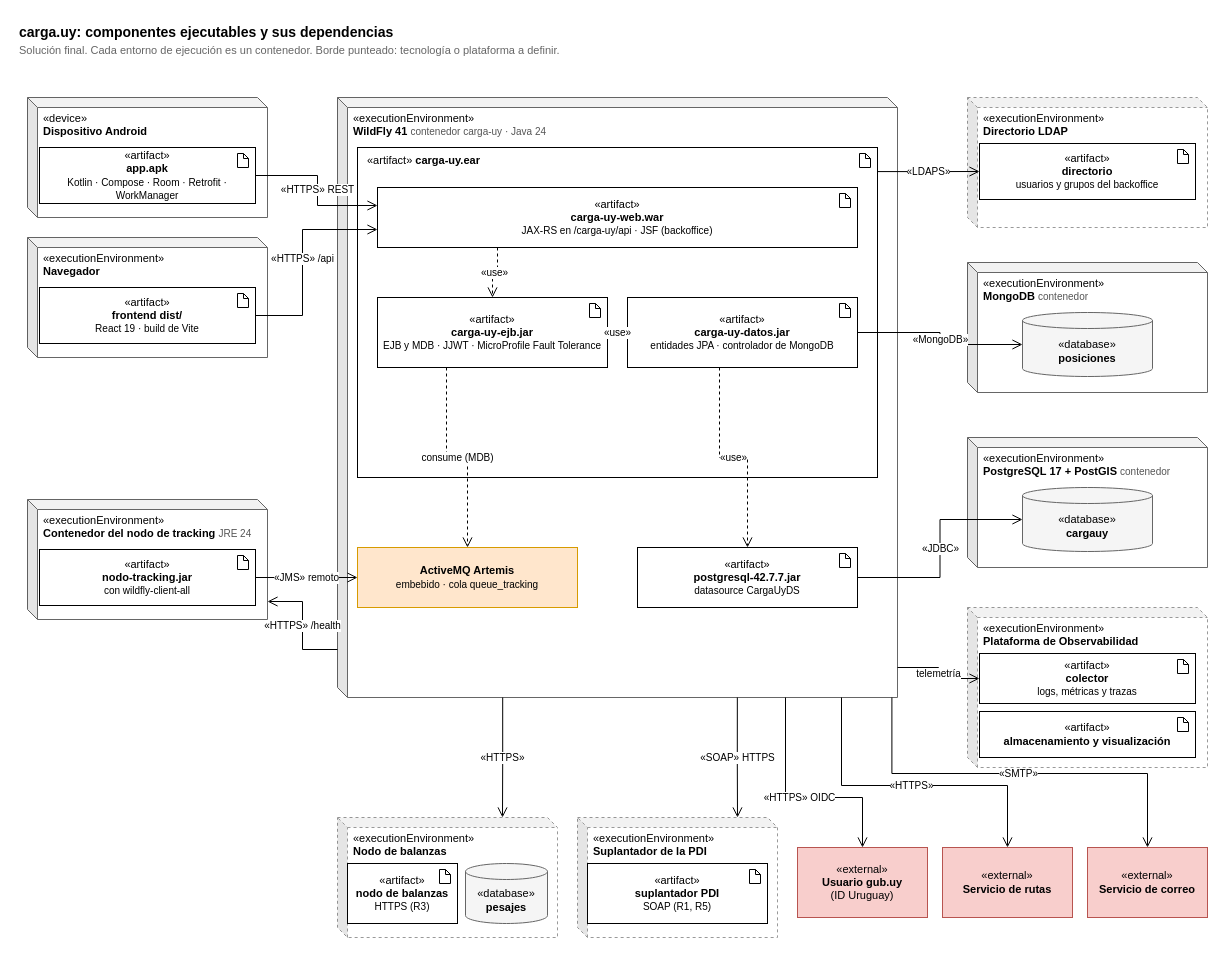
Before: docs/informe/fuentes-drawio/carga-uy-implementacion.drawio in LucasLazogue/TSE-carga-uy, a draw.io diagram. Source tidied: cells renumbered, new cells numbered last; positions are measured from the earlier drawing's top-left corner, leaving out a move shared by most shapes. Both pictures are drawn from the tidied source at 100%, with x=0, y=0 at pixel (17, 17).
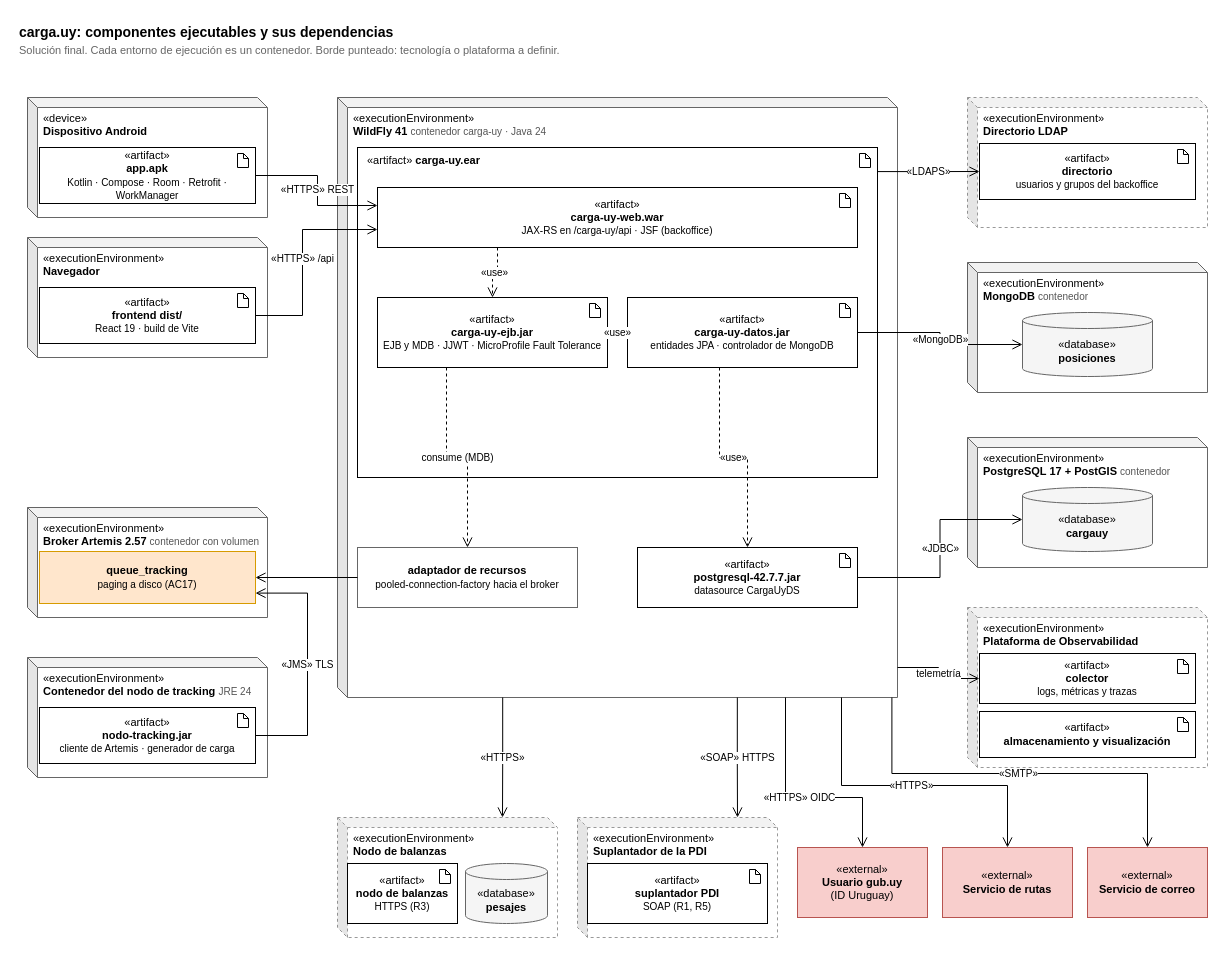
The same diagram, later.

Commit message (it also covers changes not shown here):
docs: decisiones de tracking en el informe

Unchanged cells that the change refers to:
```xml
<mxCell id="12" value="«executionEnvironment»&lt;br&gt;&lt;b&gt;WildFly 41&lt;/b&gt; &lt;font color=&quot;#555555&quot; style=&quot;font-size:10px&quot;&gt;contenedor carga-uy · Java 24&lt;/font&gt;" style="shape=cube;size=10;darkOpacity=0.05;darkOpacity2=0.1;whiteSpace=wrap;html=1;fillColor=#ffffff;strokeColor=#666666;verticalAlign=top;align=left;spacingLeft=14;spacingTop=8;fontSize=11;" parent="1" vertex="1">
  <mxGeometry x="320" y="80" width="560" height="600" as="geometry" />
</mxCell>
<mxCell id="17" value="«artifact»&lt;br&gt;&lt;b&gt;carga-uy-ejb.jar&lt;/b&gt;&lt;br&gt;&lt;font style=&quot;font-size:10px&quot;&gt;EJB y MDB · JJWT · MicroProfile Fault Tolerance&lt;/font&gt;" style="rounded=0;whiteSpace=wrap;html=1;fillColor=#ffffff;strokeColor=#000000;fontSize=11;" parent="13" vertex="1">
  <mxGeometry x="20" y="150" width="230" height="70" as="geometry" />
</mxCell>
```

Diff of the diagram source:
```diff
@@
+    <mxCell id="63" value="«executionEnvironment»&lt;br&gt;&lt;b&gt;Broker Artemis 2.57&lt;/b&gt; &lt;font color=&quot;#555555&quot; style=&quot;font-size:10px&quot;&gt;contenedor con volumen&lt;/font&gt;" style="shape=cube;size=10;darkOpacity=0.05;darkOpacity2=0.1;whiteSpace=wrap;html=1;fillColor=#ffffff;strokeColor=#666666;verticalAlign=top;align=left;spacingLeft=14;spacingTop=8;fontSize=11;" parent="1" vertex="1">
+      <mxGeometry x="10" y="490" width="240" height="110" as="geometry" />
+    </mxCell>
+    <mxCell id="64" value="&lt;b&gt;queue_tracking&lt;/b&gt;&lt;br&gt;&lt;font style=&quot;font-size:10px&quot;&gt;paging a disco (AC17)&lt;/font&gt;" style="rounded=0;whiteSpace=wrap;html=1;fillColor=#ffe6cc;strokeColor=#d79b00;fontSize=11;" parent="63" vertex="1">
+      <mxGeometry x="12" y="44" width="216" height="52" as="geometry" />
+    </mxCell>
     <mxCell id="9" value="«executionEnvironment»&lt;br&gt;&lt;b&gt;Contenedor del nodo de tracking&lt;/b&gt; &lt;font color=&quot;#555555&quot; style=&quot;font-size:10px&quot;&gt;JRE 24&lt;/font&gt;" style="shape=cube;size=10;darkOpacity=0.05;darkOpacity2=0.1;whiteSpace=wrap;html=1;fillColor=#ffffff;strokeColor=#666666;verticalAlign=top;align=left;spacingLeft=14;spacingTop=8;fontSize=11;" parent="1" vertex="1">
-      <mxGeometry x="10" y="482" width="240" height="120" as="geometry" />
+      <mxGeometry x="10" y="640" width="240" height="120" as="geometry" />
     </mxCell>
-    <mxCell id="10" value="«artifact»&lt;br&gt;&lt;b&gt;nodo-tracking.jar&lt;/b&gt;&lt;br&gt;&lt;font style=&quot;font-size:10px&quot;&gt;con wildfly-client-all&lt;/font&gt;" style="rounded=0;whiteSpace=wrap;html=1;fillColor=#ffffff;strokeColor=#000000;fontSize=11;" parent="9" vertex="1">
+    <mxCell id="10" value="«artifact»&lt;br&gt;&lt;b&gt;nodo-tracking.jar&lt;/b&gt;&lt;br&gt;&lt;font style=&quot;font-size:10px&quot;&gt;cliente de Artemis · generador de carga&lt;/font&gt;" style="rounded=0;whiteSpace=wrap;html=1;fillColor=#ffffff;strokeColor=#000000;fontSize=11;" parent="9" vertex="1">
       <mxGeometry x="12" y="50" width="216" height="56" as="geometry" />
     </mxCell>
@@
-    <mxCell id="21" value="&lt;b&gt;ActiveMQ Artemis&lt;/b&gt;&lt;br&gt;&lt;font style=&quot;font-size:10px&quot;&gt;embebido · cola queue_tracking&lt;/font&gt;" style="rounded=0;whiteSpace=wrap;html=1;fillColor=#ffe6cc;strokeColor=#d79b00;fontSize=11;" parent="12" vertex="1">
-      <mxGeometry x="20" y="450" width="220" height="60" as="geometry" />
-    </mxCell>
@@
+    <mxCell id="65" value="&lt;b&gt;adaptador de recursos&lt;/b&gt;&lt;br&gt;&lt;font style=&quot;font-size:10px&quot;&gt;pooled-connection-factory hacia el broker&lt;/font&gt;" style="rounded=0;whiteSpace=wrap;html=1;fillColor=#ffffff;strokeColor=#666666;fontSize=11;" parent="12" vertex="1">
+      <mxGeometry x="20" y="450" width="220" height="60" as="geometry" />
+    </mxCell>
@@
-    <mxCell id="48" value="«JMS» remoto" style="endArrow=open;endSize=8;html=1;rounded=0;fontSize=10;labelBackgroundColor=#FFFFFF;edgeStyle=orthogonalEdgeStyle;exitX=1;exitY=0.5;exitDx=0;exitDy=0;entryX=0;entryY=0.5;entryDx=0;entryDy=0;" parent="1" edge="1" source="10" target="21">
-      <mxGeometry relative="1" as="geometry" />
+    <mxCell id="48" value="«JMS» TLS" style="endArrow=open;endSize=8;html=1;rounded=0;fontSize=10;labelBackgroundColor=#FFFFFF;edgeStyle=orthogonalEdgeStyle;exitX=1;exitY=0.5;exitDx=0;exitDy=0;entryX=1;entryY=0.8;entryDx=0;entryDy=0;" parent="1" edge="1" source="10" target="64">
+      <mxGeometry relative="1" as="geometry">
+        <Array as="points">
+          <mxPoint x="290" y="718" />
+          <mxPoint x="290" y="576" />
+        </Array>
+      </mxGeometry>
     </mxCell>
-    <mxCell id="49" value="«HTTPS» /health" style="endArrow=open;endSize=8;html=1;rounded=0;fontSize=10;labelBackgroundColor=#FFFFFF;edgeStyle=orthogonalEdgeStyle;exitX=0;exitY=0.92;exitDx=0;exitDy=0;entryX=1;entryY=0.85;entryDx=0;entryDy=0;" parent="1" edge="1" source="12" target="9">
-      <mxGeometry relative="1" as="geometry">
-        <Array as="points">
-          <mxPoint x="285" y="632" />
-          <mxPoint x="285" y="584" />
-        </Array>
-      </mxGeometry>
-    </mxCell>
@@
-    <mxCell id="52" value="consume (MDB)" style="endArrow=open;endSize=8;html=1;rounded=0;fontSize=10;labelBackgroundColor=#FFFFFF;edgeStyle=orthogonalEdgeStyle;dashed=1;exitX=0.3;exitY=1;exitDx=0;exitDy=0;entryX=0.5;entryY=0;entryDx=0;entryDy=0;" parent="1" edge="1" source="17" target="21">
+    <mxCell id="52" value="consume (MDB)" style="endArrow=open;endSize=8;html=1;rounded=0;fontSize=10;labelBackgroundColor=#FFFFFF;edgeStyle=orthogonalEdgeStyle;dashed=1;exitX=0.3;exitY=1;exitDx=0;exitDy=0;entryX=0.5;entryY=0;entryDx=0;entryDy=0;" parent="1" edge="1" source="17" target="65">
       <mxGeometry relative="1" as="geometry" />
     </mxCell>
+    <mxCell id="66" style="endArrow=open;endSize=8;html=1;rounded=0;fontSize=10;labelBackgroundColor=#FFFFFF;edgeStyle=orthogonalEdgeStyle;exitX=0;exitY=0.5;exitDx=0;exitDy=0;entryX=1;entryY=0.5;entryDx=0;entryDy=0;" parent="1" edge="1" source="65" target="64">
+      <mxGeometry relative="1" as="geometry" />
+    </mxCell>
```
